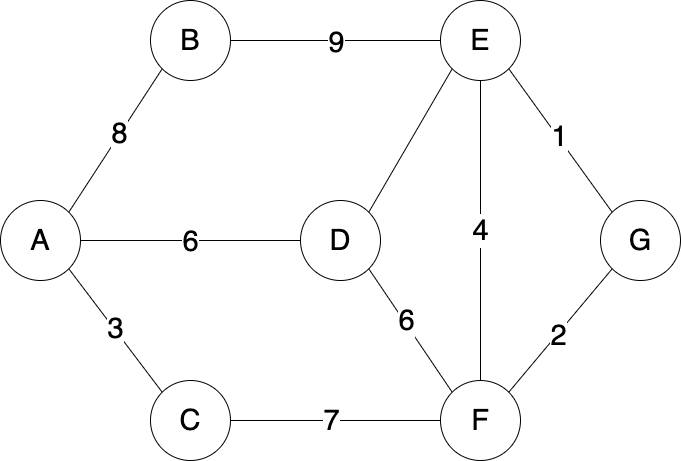
Earlier version of the draw.io export public/images/comp2521-revision/kruskal.png (csesoc/learn). Source tidied: cells renumbered, new cells last; positions are measured from the earlier drawing's top-left corner, leaving out a move shared by most shapes. Source of this version:
```xml
<mxGraphModel>
  <root>
    <mxCell id="0" />
    <mxCell id="1" parent="0" />
    <mxCell id="2" value="F" style="ellipse;whiteSpace=wrap;html=1;fontSize=29;" parent="1" vertex="1">
      <mxGeometry x="440" y="380" width="80" height="80" as="geometry" />
    </mxCell>
    <mxCell id="3" value="C" style="ellipse;whiteSpace=wrap;html=1;fontSize=29;" parent="1" vertex="1">
      <mxGeometry x="150" y="380" width="80" height="80" as="geometry" />
    </mxCell>
    <mxCell id="4" value="G" style="ellipse;whiteSpace=wrap;html=1;fontSize=29;" parent="1" vertex="1">
      <mxGeometry x="600" y="200" width="80" height="80" as="geometry" />
    </mxCell>
    <mxCell id="5" value="D" style="ellipse;whiteSpace=wrap;html=1;fontSize=29;" parent="1" vertex="1">
      <mxGeometry x="300" y="200" width="80" height="80" as="geometry" />
    </mxCell>
    <mxCell id="6" value="A" style="ellipse;whiteSpace=wrap;html=1;fontSize=29;" parent="1" vertex="1">
      <mxGeometry y="200" width="80" height="80" as="geometry" />
    </mxCell>
    <mxCell id="7" value="E" style="ellipse;whiteSpace=wrap;html=1;fontSize=29;" parent="1" vertex="1">
      <mxGeometry x="440" width="80" height="80" as="geometry" />
    </mxCell>
    <mxCell id="8" value="B" style="ellipse;whiteSpace=wrap;html=1;fontSize=29;" parent="1" vertex="1">
      <mxGeometry x="150" width="80" height="80" as="geometry" />
    </mxCell>
    <mxCell id="9" value="4" style="endArrow=none;html=1;fontSize=29;exitX=0.5;exitY=0;exitDx=0;exitDy=0;entryX=0.5;entryY=1;entryDx=0;entryDy=0;" parent="1" edge="1" source="2" target="7">
      <mxGeometry relative="1" as="geometry" />
    </mxCell>
    <mxCell id="10" style="endArrow=none;html=1;fontSize=29;exitX=1;exitY=1;exitDx=0;exitDy=0;entryX=0;entryY=0;entryDx=0;entryDy=0;" parent="1" edge="1" source="5" target="2">
      <mxGeometry relative="1" as="geometry" />
    </mxCell>
    <mxCell id="11" value="6" style="edgeLabel;html=1;align=center;verticalAlign=middle;fontSize=29;" parent="10" vertex="1">
      <mxGeometry x="-0.15" y="1" relative="1" as="geometry">
        <mxPoint x="1" as="offset" />
      </mxGeometry>
    </mxCell>
    <mxCell id="12" style="endArrow=none;html=1;fontSize=29;exitX=0;exitY=0;exitDx=0;exitDy=0;entryX=1;entryY=1;entryDx=0;entryDy=0;" parent="1" edge="1" source="3" target="6">
      <mxGeometry relative="1" as="geometry" />
    </mxCell>
    <mxCell id="13" value="3" style="edgeLabel;html=1;align=center;verticalAlign=middle;fontSize=29;" parent="12" vertex="1">
      <mxGeometry x="0.03" relative="1" as="geometry">
        <mxPoint x="1" as="offset" />
      </mxGeometry>
    </mxCell>
    <mxCell id="14" style="endArrow=none;html=1;fontSize=29;exitX=1;exitY=0.5;exitDx=0;exitDy=0;entryX=0;entryY=0.5;entryDx=0;entryDy=0;" parent="1" edge="1" source="3" target="2">
      <mxGeometry relative="1" as="geometry" />
    </mxCell>
    <mxCell id="15" value="7" style="edgeLabel;html=1;align=center;verticalAlign=middle;fontSize=29;" parent="14" vertex="1">
      <mxGeometry x="-0.05" y="1" relative="1" as="geometry" />
    </mxCell>
    <mxCell id="16" style="endArrow=none;html=1;fontSize=29;exitX=1;exitY=0;exitDx=0;exitDy=0;entryX=0;entryY=1;entryDx=0;entryDy=0;" parent="1" edge="1" source="2" target="4">
      <mxGeometry relative="1" as="geometry" />
    </mxCell>
    <mxCell id="17" value="2" style="edgeLabel;html=1;align=center;verticalAlign=middle;fontSize=29;" parent="16" vertex="1">
      <mxGeometry x="-0.07" y="-1" relative="1" as="geometry" />
    </mxCell>
    <mxCell id="18" style="endArrow=none;html=1;fontSize=29;exitX=1;exitY=0.5;exitDx=0;exitDy=0;entryX=0;entryY=0.5;entryDx=0;entryDy=0;" parent="1" edge="1" source="6" target="5">
      <mxGeometry relative="1" as="geometry" />
    </mxCell>
    <mxCell id="19" value="6" style="edgeLabel;html=1;align=center;verticalAlign=middle;fontSize=29;" parent="18" vertex="1">
      <mxGeometry x="-0.01" relative="1" as="geometry" />
    </mxCell>
    <mxCell id="20" style="endArrow=none;html=1;fontSize=29;entryX=1;entryY=0;entryDx=0;entryDy=0;exitX=0;exitY=1;exitDx=0;exitDy=0;" parent="1" edge="1" source="7" target="5">
      <mxGeometry relative="1" as="geometry" />
    </mxCell>
    <mxCell id="21" style="endArrow=none;html=1;fontSize=29;exitX=0;exitY=0;exitDx=0;exitDy=0;entryX=1;entryY=1;entryDx=0;entryDy=0;" parent="1" edge="1" source="4" target="7">
      <mxGeometry relative="1" as="geometry" />
    </mxCell>
    <mxCell id="22" value="1" style="edgeLabel;html=1;align=center;verticalAlign=middle;fontSize=29;" parent="21" vertex="1">
      <mxGeometry x="0.04" y="-2" relative="1" as="geometry">
        <mxPoint x="-1" as="offset" />
      </mxGeometry>
    </mxCell>
    <mxCell id="23" style="endArrow=none;html=1;fontSize=29;exitX=1;exitY=0.5;exitDx=0;exitDy=0;entryX=0;entryY=0.5;entryDx=0;entryDy=0;" parent="1" edge="1" source="8" target="7">
      <mxGeometry relative="1" as="geometry" />
    </mxCell>
    <mxCell id="24" value="9" style="edgeLabel;html=1;align=center;verticalAlign=middle;fontSize=29;" parent="23" vertex="1">
      <mxGeometry y="-1" relative="1" as="geometry" />
    </mxCell>
    <mxCell id="25" style="endArrow=none;html=1;fontSize=29;entryX=0;entryY=1;entryDx=0;entryDy=0;exitX=1;exitY=0;exitDx=0;exitDy=0;" parent="1" edge="1" source="6" target="8">
      <mxGeometry relative="1" as="geometry" />
    </mxCell>
    <mxCell id="26" value="8" style="edgeLabel;html=1;align=center;verticalAlign=middle;fontSize=29;" parent="25" vertex="1">
      <mxGeometry x="0.09" relative="1" as="geometry">
        <mxPoint x="-1" as="offset" />
      </mxGeometry>
    </mxCell>
  </root>
</mxGraphModel>
```
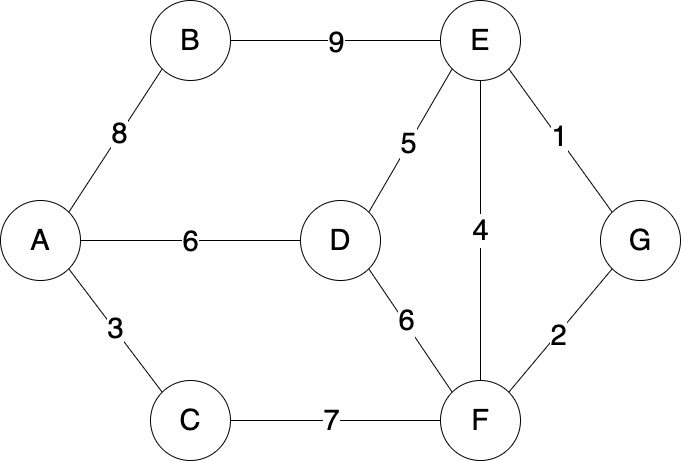
After the change.

The edit, as a diff of the source:
```diff
@@ -63,6 +63,9 @@
     <mxCell id="20" style="endArrow=none;html=1;fontSize=29;entryX=1;entryY=0;entryDx=0;entryDy=0;exitX=0;exitY=1;exitDx=0;exitDy=0;" parent="1" edge="1" source="7" target="5">
       <mxGeometry relative="1" as="geometry" />
     </mxCell>
+    <mxCell id="27" value="5" style="edgeLabel;html=1;align=center;verticalAlign=middle;fontSize=29;" parent="20" vertex="1">
+      <mxGeometry x="0.05" y="-1" relative="1" as="geometry" />
+    </mxCell>
     <mxCell id="21" style="endArrow=none;html=1;fontSize=29;exitX=0;exitY=0;exitDx=0;exitDy=0;entryX=1;entryY=1;entryDx=0;entryDy=0;" parent="1" edge="1" source="4" target="7">
       <mxGeometry relative="1" as="geometry" />
     </mxCell>
```
